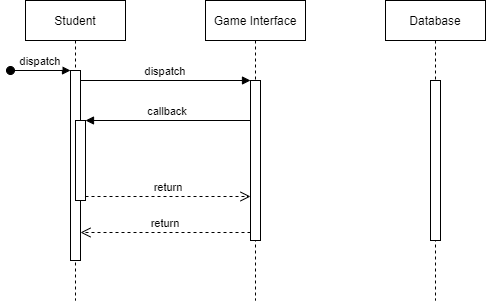
Before: Deliverables/Week_3/Use_Case/Student/Sequence Diagrams/Game.png, a diagram exported from draw.io (Hanandrof/Group-3-Repository). Source tidied: cells renumbered, new cells last; positions are measured from the earlier drawing's top-left corner, leaving out a move shared by most shapes.
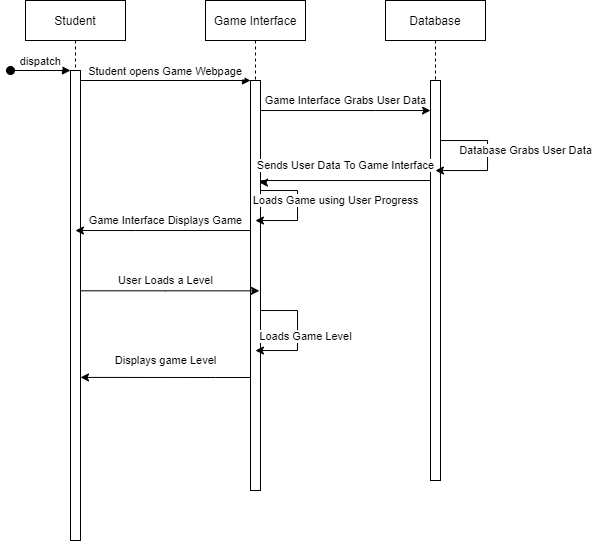
The same diagram one commit later.

Change to the diagram source:
```diff
@@ -3,42 +3,129 @@
     <mxCell id="0" />
     <mxCell id="1" parent="0" />
     <mxCell id="2" value="Student" style="shape=umlLifeline;perimeter=lifelinePerimeter;rounded=0;shadow=0;strokeWidth=1;" parent="1" vertex="1">
-      <mxGeometry x="15" width="100" height="300" as="geometry" />
+      <mxGeometry x="15" width="100" height="540" as="geometry" />
     </mxCell>
     <mxCell id="3" style="points=[];perimeter=orthogonalPerimeter;rounded=0;shadow=0;strokeWidth=1;" parent="2" vertex="1">
-      <mxGeometry x="45" y="70" width="10" height="190" as="geometry" />
+      <mxGeometry x="45" y="70" width="10" height="470" as="geometry" />
     </mxCell>
     <mxCell id="4" value="dispatch" style="verticalAlign=bottom;startArrow=oval;endArrow=block;startSize=8;shadow=0;strokeWidth=1;" parent="2" edge="1" target="3">
       <mxGeometry relative="1" as="geometry">
         <mxPoint x="-15" y="70" as="sourcePoint" />
       </mxGeometry>
     </mxCell>
-    <mxCell id="5" style="points=[];perimeter=orthogonalPerimeter;rounded=0;shadow=0;strokeWidth=1;" parent="2" vertex="1">
-      <mxGeometry x="50" y="120" width="10" height="80" as="geometry" />
-    </mxCell>
     <mxCell id="6" value="Game Interface" style="shape=umlLifeline;perimeter=lifelinePerimeter;rounded=0;shadow=0;strokeWidth=1;" parent="1" vertex="1">
-      <mxGeometry x="195" width="100" height="300" as="geometry" />
+      <mxGeometry x="195" width="100" height="490" as="geometry" />
     </mxCell>
     <mxCell id="7" style="points=[];perimeter=orthogonalPerimeter;rounded=0;shadow=0;strokeWidth=1;" parent="6" vertex="1">
-      <mxGeometry x="45" y="80" width="10" height="160" as="geometry" />
+      <mxGeometry x="45" y="80" width="10" height="410" as="geometry" />
     </mxCell>
-    <mxCell id="8" value="return" style="verticalAlign=bottom;endArrow=open;dashed=1;endSize=8;exitX=0;exitY=0.95;shadow=0;strokeWidth=1;" parent="1" edge="1" source="7" target="3">
-      <mxGeometry relative="1" as="geometry" />
-    </mxCell>
+    <mxCell id="14" value="Loads Game using User Progress" style="edgeStyle=orthogonalEdgeStyle;rounded=0;jettySize=auto;html=1;" parent="6" edge="1" source="7" target="6">
+      <mxGeometry x="-0.14" y="38" relative="1" as="geometry">
+        <Array as="points">
+          <mxPoint x="92" y="190" />
+          <mxPoint x="92" y="220" />
+        </Array>
+      </mxGeometry>
+    </mxCell>
+    <mxCell id="15" style="edgeStyle=orthogonalEdgeStyle;rounded=0;jettySize=auto;html=1;" parent="6" edge="1" source="7" target="6">
+      <mxGeometry relative="1" as="geometry">
+        <Array as="points">
+          <mxPoint x="92" y="310" />
+          <mxPoint x="92" y="350" />
+        </Array>
+      </mxGeometry>
+    </mxCell>
+    <mxCell id="16" value="Loads Game Level" style="edgeLabel;html=1;align=center;verticalAlign=middle;" parent="15" vertex="1">
+      <mxGeometry x="0.06" relative="1" as="geometry">
+        <mxPoint x="8" as="offset" />
+      </mxGeometry>
+    </mxCell>
-    <mxCell id="9" value="dispatch" style="verticalAlign=bottom;endArrow=block;entryX=0;entryY=0;shadow=0;strokeWidth=1;" parent="1" edge="1" source="3" target="7">
+    <mxCell id="9" value="Student opens Game Webpage" style="verticalAlign=bottom;endArrow=block;entryX=0;entryY=0;shadow=0;strokeWidth=1;" parent="1" edge="1" source="3" target="7">
       <mxGeometry relative="1" as="geometry" />
     </mxCell>
-    <mxCell id="10" value="callback" style="verticalAlign=bottom;endArrow=block;entryX=1;entryY=0;shadow=0;strokeWidth=1;" parent="1" edge="1" source="7" target="5">
-      <mxGeometry relative="1" as="geometry" />
-    </mxCell>
-    <mxCell id="11" value="return" style="verticalAlign=bottom;endArrow=open;dashed=1;endSize=8;exitX=1;exitY=0.95;shadow=0;strokeWidth=1;" parent="1" edge="1" source="5" target="7">
-      <mxGeometry relative="1" as="geometry" />
-    </mxCell>
     <mxCell id="12" value="Database" style="shape=umlLifeline;perimeter=lifelinePerimeter;rounded=0;shadow=0;strokeWidth=1;" parent="1" vertex="1">
-      <mxGeometry x="375" width="100" height="300" as="geometry" />
+      <mxGeometry x="375" width="100" height="480" as="geometry" />
     </mxCell>
     <mxCell id="13" style="points=[];perimeter=orthogonalPerimeter;rounded=0;shadow=0;strokeWidth=1;" parent="12" vertex="1">
-      <mxGeometry x="45" y="80" width="10" height="160" as="geometry" />
+      <mxGeometry x="45" y="80" width="10" height="400" as="geometry" />
     </mxCell>
+    <mxCell id="17" style="edgeStyle=orthogonalEdgeStyle;rounded=0;jettySize=auto;html=1;" parent="12" edge="1" source="13" target="12">
+      <mxGeometry relative="1" as="geometry">
+        <Array as="points">
+          <mxPoint x="102" y="140" />
+          <mxPoint x="102" y="170" />
+        </Array>
+      </mxGeometry>
+    </mxCell>
+    <mxCell id="18" value="Database Grabs User Data" style="edgeLabel;html=1;align=center;verticalAlign=middle;" parent="17" vertex="1">
+      <mxGeometry x="0.05" y="3" relative="1" as="geometry">
+        <mxPoint x="35" y="-11" as="offset" />
+      </mxGeometry>
+    </mxCell>
+    <mxCell id="19" style="edgeStyle=orthogonalEdgeStyle;rounded=0;jettySize=auto;html=1;" parent="1" edge="1" source="7" target="13">
+      <mxGeometry relative="1" as="geometry">
+        <Array as="points">
+          <mxPoint x="365" y="110" />
+          <mxPoint x="365" y="110" />
+        </Array>
+      </mxGeometry>
+    </mxCell>
+    <mxCell id="20" value="Game Interface Grabs User Data" style="edgeLabel;html=1;align=center;verticalAlign=middle;" parent="19" vertex="1">
+      <mxGeometry x="0.14" y="-1" relative="1" as="geometry">
+        <mxPoint x="-12.1" y="-11" as="offset" />
+      </mxGeometry>
+    </mxCell>
+    <mxCell id="21" style="edgeStyle=orthogonalEdgeStyle;rounded=0;jettySize=auto;html=1;" parent="1" edge="1" source="13">
+      <mxGeometry relative="1" as="geometry">
+        <mxPoint x="249" y="182" as="targetPoint" />
+        <Array as="points">
+          <mxPoint x="251" y="180" />
+          <mxPoint x="251" y="182" />
+        </Array>
+      </mxGeometry>
+    </mxCell>
+    <mxCell id="22" value="Sends User Data To Game Interface" style="edgeLabel;html=1;align=center;verticalAlign=middle;" parent="21" vertex="1">
+      <mxGeometry x="0.36" relative="1" as="geometry">
+        <mxPoint x="32.7" y="-15" as="offset" />
+      </mxGeometry>
+    </mxCell>
+    <mxCell id="23" style="edgeStyle=orthogonalEdgeStyle;rounded=0;jettySize=auto;html=1;" parent="1" edge="1" source="7" target="2">
+      <mxGeometry relative="1" as="geometry">
+        <Array as="points">
+          <mxPoint x="125" y="230" />
+          <mxPoint x="125" y="230" />
+        </Array>
+      </mxGeometry>
+    </mxCell>
+    <mxCell id="24" value="Game Interface Displays Game" style="edgeLabel;html=1;align=center;verticalAlign=middle;" parent="23" vertex="1">
+      <mxGeometry x="0.34" y="-2" relative="1" as="geometry">
+        <mxPoint x="32.1" y="-8" as="offset" />
+      </mxGeometry>
+    </mxCell>
+    <mxCell id="25" style="edgeStyle=orthogonalEdgeStyle;rounded=0;jettySize=auto;html=1;entryX=0.886;entryY=0.513;entryDx=0;entryDy=0;entryPerimeter=0;" parent="1" edge="1" source="3" target="7">
+      <mxGeometry relative="1" as="geometry">
+        <Array as="points">
+          <mxPoint x="155" y="290" />
+        </Array>
+      </mxGeometry>
+    </mxCell>
+    <mxCell id="26" value="User Loads a Level" style="edgeLabel;html=1;align=center;verticalAlign=middle;" parent="25" vertex="1">
+      <mxGeometry x="-0.17" relative="1" as="geometry">
+        <mxPoint x="10.7" y="-10.3" as="offset" />
+      </mxGeometry>
+    </mxCell>
+    <mxCell id="8" style="edgeStyle=orthogonalEdgeStyle;rounded=0;jettySize=auto;html=1;entryX=1;entryY=0.653;entryDx=0;entryDy=0;entryPerimeter=0;" parent="1" edge="1" source="7" target="3">
+      <mxGeometry relative="1" as="geometry">
+        <Array as="points">
+          <mxPoint x="205" y="377" />
+          <mxPoint x="205" y="377" />
+        </Array>
+      </mxGeometry>
+    </mxCell>
+    <mxCell id="27" value="Displays game Level" style="edgeLabel;html=1;align=center;verticalAlign=middle;" parent="8" vertex="1">
+      <mxGeometry x="0.16" y="-2" relative="1" as="geometry">
+        <mxPoint x="13.9" y="-15" as="offset" />
+      </mxGeometry>
+    </mxCell>
   </root>
 </mxGraphModel>
```
